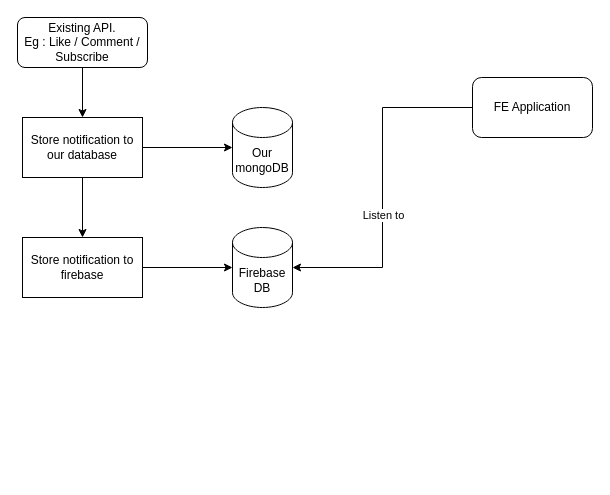
sunakujira98/diagram keeps this draw.io diagram as push-notification/Untitled Diagram.drawio. Above is the earlier version. Source tidied: cells renumbered, new cells numbered last; positions are measured from the earlier drawing's top-left corner, leaving out a move shared by most shapes. Both pictures are drawn from the tidied source at 100%, with x=0, y=0 at pixel (17, 17).
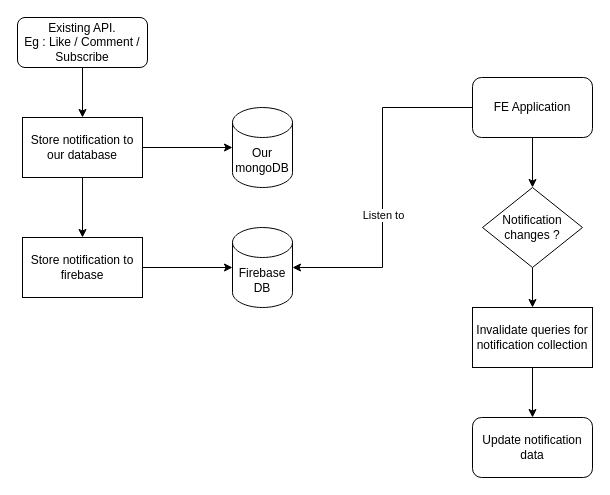
The same page after the edit.

The change refers to these unchanged cells:
```xml
<mxCell id="13" value="FE Application" style="rounded=1;whiteSpace=wrap;html=1;" parent="1" vertex="1">
  <mxGeometry x="455" y="60" width="120" height="60" as="geometry" />
</mxCell>
```

Diff of the diagram source:
```diff
@@
+    <mxCell id="18" style="edgeStyle=orthogonalEdgeStyle;rounded=0;jettySize=auto;html=1;" parent="1" edge="1" source="13" target="20">
+      <mxGeometry relative="1" as="geometry" />
+    </mxCell>
@@
+    <mxCell id="19" style="edgeStyle=orthogonalEdgeStyle;rounded=0;jettySize=auto;html=1;" parent="1" edge="1" source="20" target="22">
+      <mxGeometry relative="1" as="geometry" />
+    </mxCell>
+    <mxCell id="20" value="Notification changes ?" style="rhombus;whiteSpace=wrap;html=1;" parent="1" vertex="1">
+      <mxGeometry x="465" y="170" width="100" height="80" as="geometry" />
+    </mxCell>
+    <mxCell id="21" style="edgeStyle=orthogonalEdgeStyle;rounded=0;jettySize=auto;html=1;entryX=0.5;entryY=0;entryDx=0;entryDy=0;" parent="1" edge="1" source="22" target="23">
+      <mxGeometry relative="1" as="geometry" />
+    </mxCell>
+    <mxCell id="22" value="Invalidate queries for notification collection" style="rounded=0;whiteSpace=wrap;html=1;" parent="1" vertex="1">
+      <mxGeometry x="455" y="290" width="120" height="60" as="geometry" />
+    </mxCell>
+    <mxCell id="23" value="Update notification data" style="rounded=1;whiteSpace=wrap;html=1;" parent="1" vertex="1">
+      <mxGeometry x="455" y="400" width="120" height="60" as="geometry" />
+    </mxCell>
```
